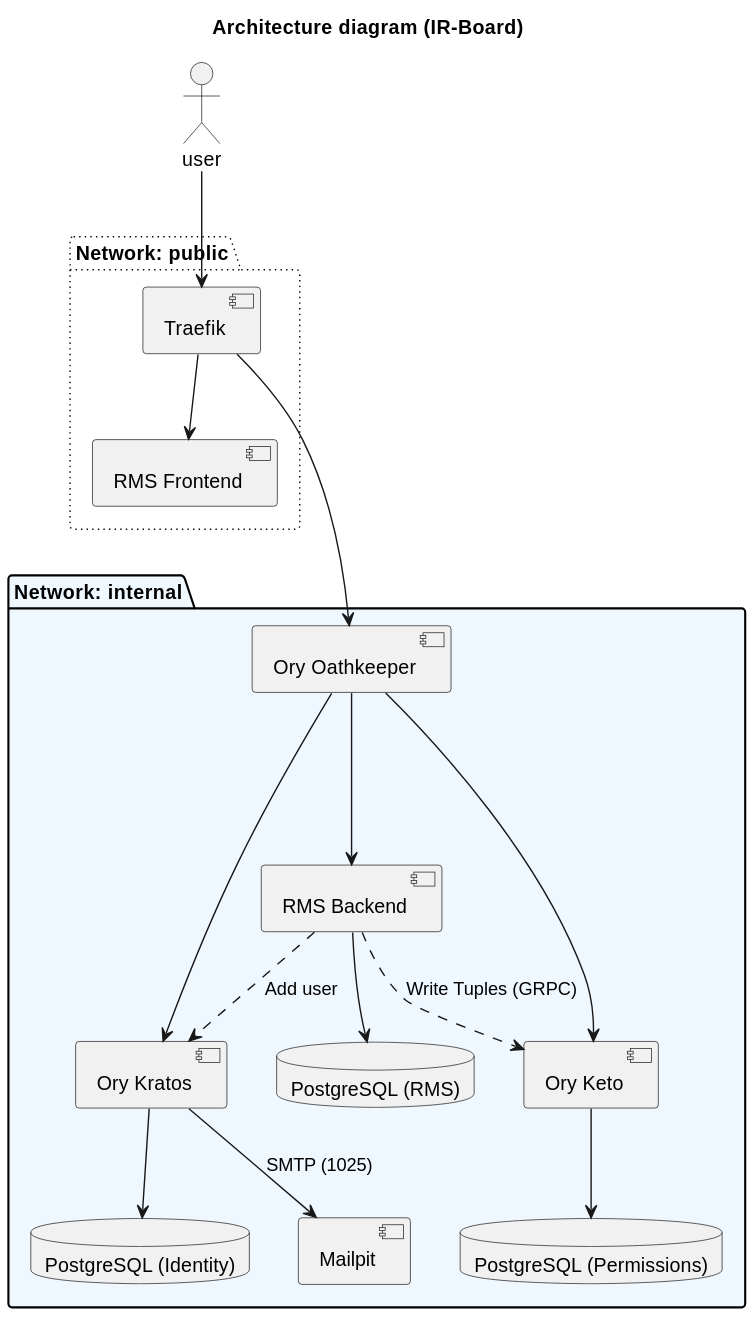
The PlantUML diagram docs/assets/diagrams/ArchitectureC2.svg in Y4vra/IRBoard, before a commit.
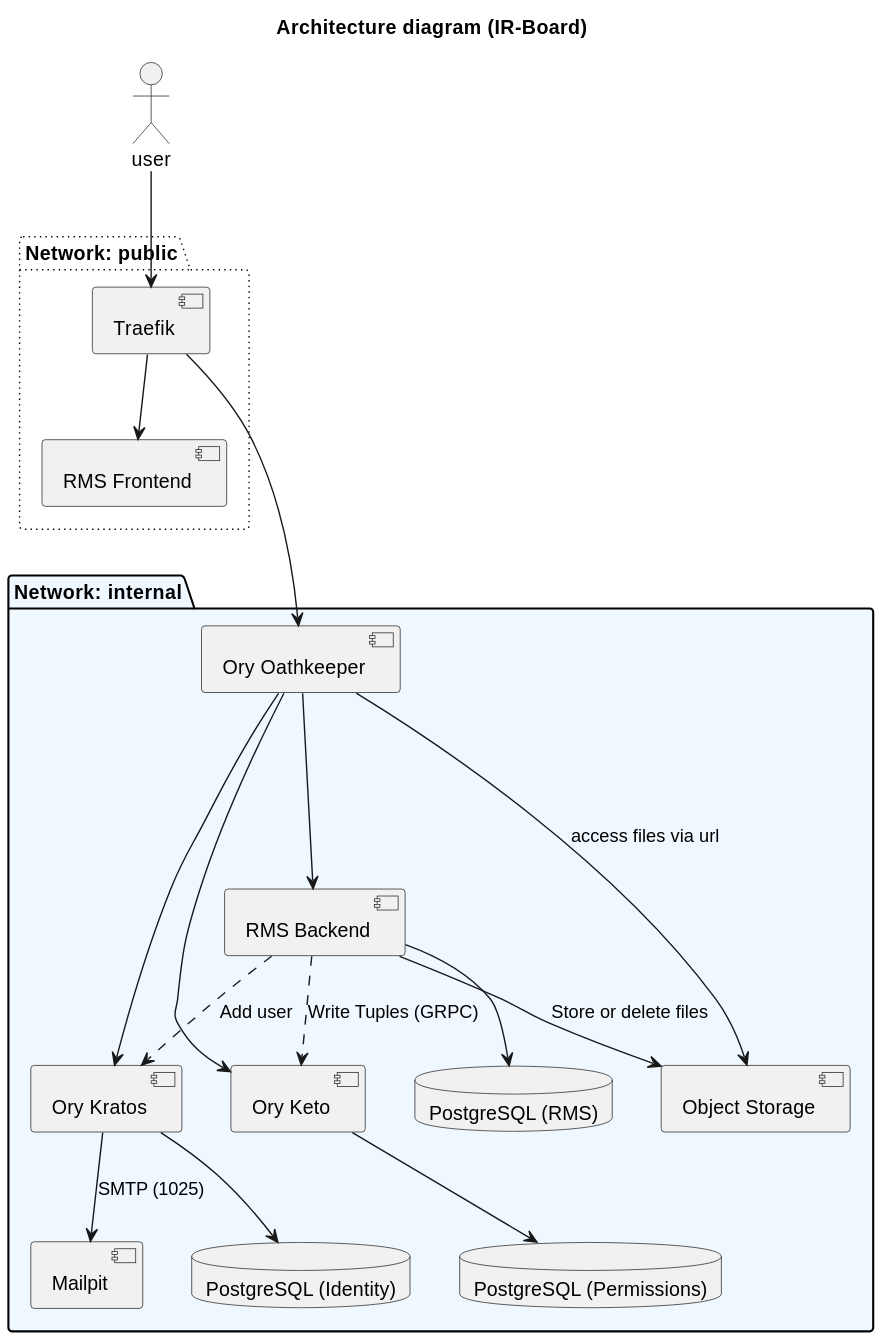
The same file after the commit.

Change to the diagram source:
```diff
@@ -14,6 +14,7 @@
     [Ory Keto] as keto
     [RMS Backend] as backend
     [Mailpit] as mail
+    [Object Storage] as minio
 
     database "PostgreSQL (RMS)" as db_rms
     database "PostgreSQL (Identity)" as db_auth
@@ -28,11 +29,13 @@
 proxy ---> keto
 
 proxy -down--> backend
+proxy -down--> minio : access files via url
 
 kratos --> mail : SMTP (1025)
 
 backend ..> keto : Write Tuples (GRPC)
 backend ..> kratos : Add user
+backend --> minio : Store or delete files
 
 backend -down-> db_rms
 kratos -down-> db_auth
```
